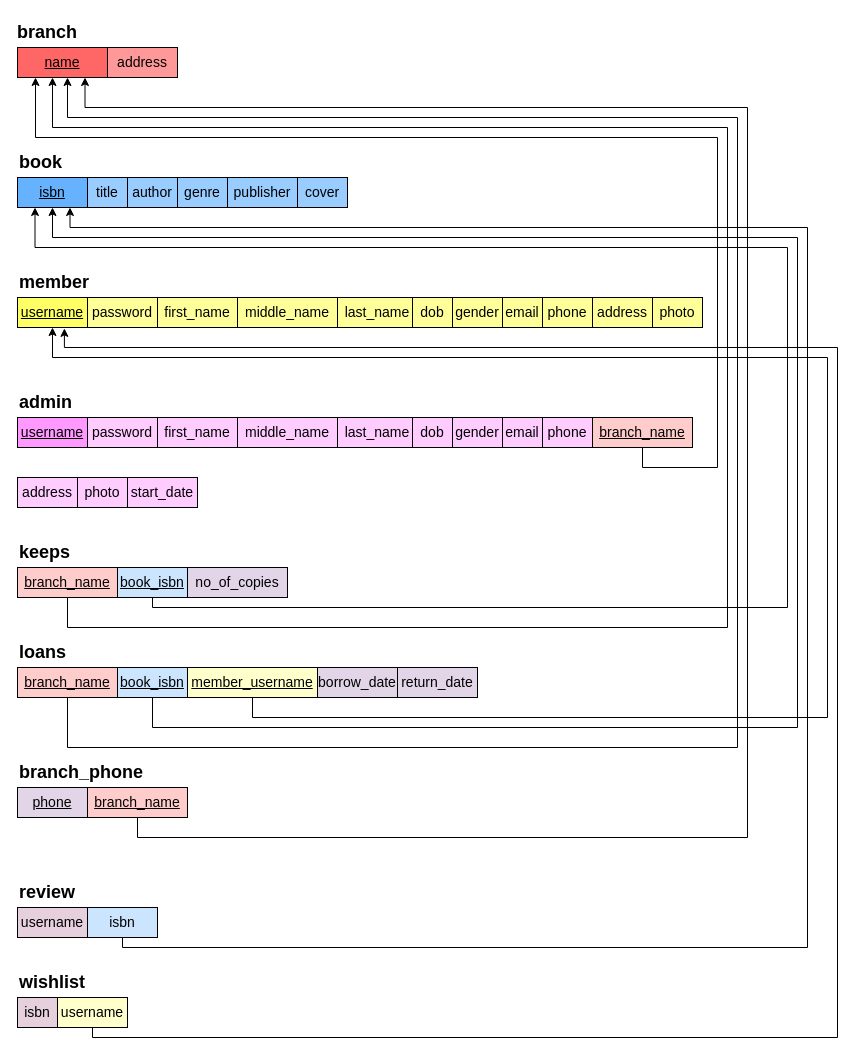
FahmidaNourin/NSU_Daatabase_Mysql keeps this draw.io diagram as Relational_table_Diagram.drawio. Above is the earlier version. Source tidied: cells renumbered, new cells numbered last; positions are measured from the earlier drawing's top-left corner, leaving out a move shared by most shapes. Both pictures are drawn from the tidied source at 100%, with x=0, y=0 at pixel (17, 17).
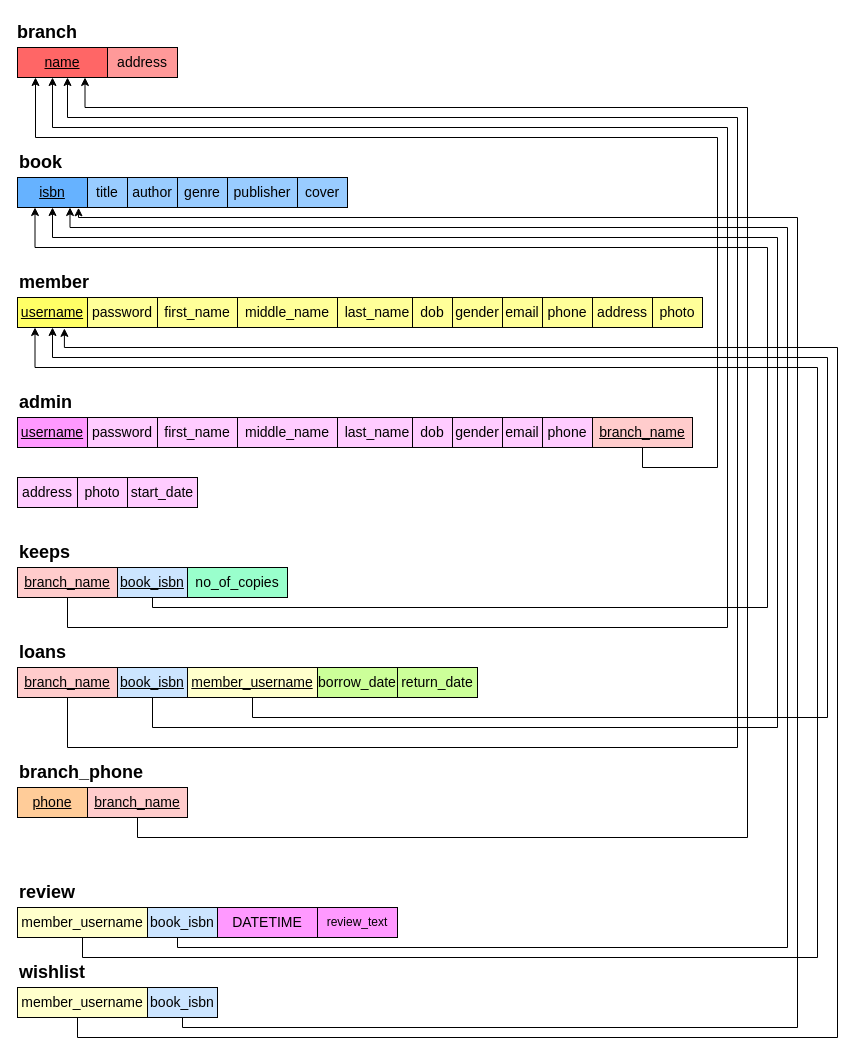
The same page after the edit.

Unchanged cells that the change refers to:
```xml
<mxCell id="5" value="&lt;u&gt;&lt;font style=&quot;font-size: 14px;&quot;&gt;isbn&lt;/font&gt;&lt;/u&gt;" style="rounded=0;whiteSpace=wrap;html=1;fillColor=#66B2FF;" parent="1" vertex="1">
  <mxGeometry y="160" width="70" height="30" as="geometry" />
</mxCell>
<mxCell id="8" value="&lt;u&gt;&lt;font style=&quot;font-size: 14px;&quot;&gt;username&lt;/font&gt;&lt;/u&gt;" style="rounded=0;whiteSpace=wrap;html=1;fillColor=#FFFF66;" parent="1" vertex="1">
  <mxGeometry y="280" width="70" height="30" as="geometry" />
</mxCell>
<mxCell id="13" value="&lt;u&gt;&lt;font style=&quot;font-size: 14px;&quot;&gt;book_isbn&lt;/font&gt;&lt;/u&gt;" style="rounded=0;whiteSpace=wrap;html=1;fillColor=#CCE5FF;" parent="1" vertex="1">
  <mxGeometry x="100" y="550" width="70" height="30" as="geometry" />
</mxCell>
<mxCell id="16" value="&lt;u&gt;&lt;font style=&quot;font-size: 14px;&quot;&gt;book_isbn&lt;/font&gt;&lt;/u&gt;" style="rounded=0;whiteSpace=wrap;html=1;fillColor=#CCE5FF;" parent="1" vertex="1">
  <mxGeometry x="100" y="650" width="70" height="30" as="geometry" />
</mxCell>
```

The edit, as a diff of the source:
```diff
@@
     <mxCell id="12" style="edgeStyle=orthogonalEdgeStyle;rounded=0;jettySize=auto;html=1;entryX=0.25;entryY=1;entryDx=0;entryDy=0;fontSize=14;" parent="1" edge="1" source="13" target="5">
       <mxGeometry relative="1" as="geometry">
         <Array as="points">
           <mxPoint x="135" y="590" />
-          <mxPoint x="770" y="590" />
-          <mxPoint x="770" y="230" />
+          <mxPoint x="750" y="590" />
+          <mxPoint x="750" y="230" />
           <mxPoint x="18" y="230" />
         </Array>
       </mxGeometry>
     </mxCell>
@@
     <mxCell id="15" style="edgeStyle=orthogonalEdgeStyle;rounded=0;jettySize=auto;html=1;entryX=0.5;entryY=1;entryDx=0;entryDy=0;fontSize=14;" parent="1" edge="1" source="16" target="5">
       <mxGeometry relative="1" as="geometry">
         <Array as="points">
           <mxPoint x="135" y="710" />
-          <mxPoint x="780" y="710" />
-          <mxPoint x="780" y="220" />
+          <mxPoint x="760" y="710" />
+          <mxPoint x="760" y="220" />
           <mxPoint x="35" y="220" />
         </Array>
       </mxGeometry>
     </mxCell>
@@
-    <mxCell id="18" value="&lt;u&gt;&lt;font style=&quot;font-size: 14px;&quot;&gt;phone&lt;/font&gt;&lt;/u&gt;" style="rounded=0;whiteSpace=wrap;html=1;fillColor=#E1D5E7;" parent="1" vertex="1">
+    <mxCell id="18" value="&lt;u&gt;&lt;font style=&quot;font-size: 14px;&quot;&gt;phone&lt;/font&gt;&lt;/u&gt;" style="rounded=0;whiteSpace=wrap;html=1;fillColor=#FFCC99;" parent="1" vertex="1">
       <mxGeometry y="770" width="70" height="30" as="geometry" />
     </mxCell>
@@
-    <mxCell id="22" value="&lt;font style=&quot;font-size: 14px;&quot;&gt;username&lt;/font&gt;" style="rounded=0;whiteSpace=wrap;html=1;fillColor=#E6D0DE;" parent="1" vertex="1">
-      <mxGeometry y="890" width="70" height="30" as="geometry" />
-    </mxCell>
     <mxCell id="23" style="edgeStyle=orthogonalEdgeStyle;rounded=0;jettySize=auto;html=1;fontSize=14;entryX=0.75;entryY=1;entryDx=0;entryDy=0;" parent="1" edge="1" source="24" target="5">
       <mxGeometry relative="1" as="geometry">
         <Array as="points">
-          <mxPoint x="105" y="930" />
-          <mxPoint x="790" y="930" />
-          <mxPoint x="790" y="210" />
+          <mxPoint x="160" y="930" />
+          <mxPoint x="770" y="930" />
+          <mxPoint x="770" y="210" />
           <mxPoint x="53" y="210" />
         </Array>
       </mxGeometry>
     </mxCell>
-    <mxCell id="24" value="&lt;font style=&quot;font-size: 14px;&quot;&gt;isbn&lt;/font&gt;" style="rounded=0;whiteSpace=wrap;html=1;fillColor=#CCE5FF;" parent="1" vertex="1">
-      <mxGeometry x="70" y="890" width="70" height="30" as="geometry" />
+    <mxCell id="24" value="&lt;font style=&quot;font-size: 14px;&quot;&gt;book_isbn&lt;/font&gt;" style="rounded=0;whiteSpace=wrap;html=1;fillColor=#CCE5FF;" parent="1" vertex="1">
+      <mxGeometry x="130" y="890" width="70" height="30" as="geometry" />
     </mxCell>
@@
-    <mxCell id="26" value="&lt;font style=&quot;font-size: 14px;&quot;&gt;isbn&lt;/font&gt;" style="rounded=0;whiteSpace=wrap;html=1;fillColor=#E6D0DE;" parent="1" vertex="1">
-      <mxGeometry y="980" width="40" height="30" as="geometry" />
-    </mxCell>
-    <mxCell id="27" style="edgeStyle=orthogonalEdgeStyle;rounded=0;jettySize=auto;html=1;entryX=0.67;entryY=1.029;entryDx=0;entryDy=0;entryPerimeter=0;fontSize=14;" parent="1" edge="1" source="28" target="8">
+    <mxCell id="27" style="edgeStyle=orthogonalEdgeStyle;rounded=0;jettySize=auto;html=1;entryX=0.67;entryY=1.029;entryDx=0;entryDy=0;entryPerimeter=0;fontSize=14;exitX=0.5;exitY=1;exitDx=0;exitDy=0;" parent="1" edge="1" source="28" target="8">
       <mxGeometry relative="1" as="geometry">
         <Array as="points">
-          <mxPoint x="75" y="1020" />
+          <mxPoint x="60" y="1000" />
+          <mxPoint x="60" y="1020" />
           <mxPoint x="820" y="1020" />
           <mxPoint x="820" y="330" />
           <mxPoint x="47" y="330" />
         </Array>
       </mxGeometry>
     </mxCell>
-    <mxCell id="28" value="&lt;font style=&quot;font-size: 14px;&quot;&gt;username&lt;/font&gt;" style="rounded=0;whiteSpace=wrap;html=1;fillColor=#FFFFCC;" parent="1" vertex="1">
-      <mxGeometry x="40" y="980" width="70" height="30" as="geometry" />
+    <mxCell id="28" value="&lt;font style=&quot;font-size: 14px;&quot;&gt;member_username&lt;/font&gt;" style="rounded=0;whiteSpace=wrap;html=1;fillColor=#FFFFCC;" parent="1" vertex="1">
+      <mxGeometry y="970" width="130" height="30" as="geometry" />
     </mxCell>
     <mxCell id="29" value="&lt;span style=&quot;font-size: 18px;&quot;&gt;&lt;b&gt;wishlist&lt;/b&gt;&lt;/span&gt;" style="text;html=1;strokeColor=none;fillColor=none;align=left;verticalAlign=middle;whiteSpace=wrap;rounded=0;" parent="1" vertex="1">
-      <mxGeometry y="950" width="60" height="30" as="geometry" />
+      <mxGeometry y="940" width="60" height="30" as="geometry" />
     </mxCell>
@@
-    <mxCell id="61" value="&lt;font style=&quot;font-size: 14px;&quot;&gt;no_of_copies&lt;/font&gt;" style="rounded=0;whiteSpace=wrap;html=1;fillColor=#E1D5E7;" parent="1" vertex="1">
+    <mxCell id="61" value="&lt;font style=&quot;font-size: 14px;&quot;&gt;no_of_copies&lt;/font&gt;" style="rounded=0;whiteSpace=wrap;html=1;fillColor=#99FFCC;" parent="1" vertex="1">
       <mxGeometry x="170" y="550" width="100" height="30" as="geometry" />
     </mxCell>
-    <mxCell id="62" value="&lt;font style=&quot;font-size: 14px;&quot;&gt;return_date&lt;/font&gt;" style="rounded=0;whiteSpace=wrap;html=1;fillColor=#E1D5E7;" parent="1" vertex="1">
+    <mxCell id="62" value="&lt;font style=&quot;font-size: 14px;&quot;&gt;return_date&lt;/font&gt;" style="rounded=0;whiteSpace=wrap;html=1;fillColor=#CCFF99;" parent="1" vertex="1">
       <mxGeometry x="380" y="650" width="80" height="30" as="geometry" />
     </mxCell>
-    <mxCell id="63" value="&lt;font style=&quot;font-size: 14px;&quot;&gt;borrow_date&lt;/font&gt;" style="rounded=0;whiteSpace=wrap;html=1;fillColor=#E1D5E7;" parent="1" vertex="1">
+    <mxCell id="63" value="&lt;font style=&quot;font-size: 14px;&quot;&gt;borrow_date&lt;/font&gt;" style="rounded=0;whiteSpace=wrap;html=1;fillColor=#CCFF99;" parent="1" vertex="1">
       <mxGeometry x="300" y="650" width="80" height="30" as="geometry" />
     </mxCell>
@@
+    <mxCell id="66" style="edgeStyle=orthogonalEdgeStyle;rounded=0;jettySize=auto;html=1;entryX=0.25;entryY=1;entryDx=0;entryDy=0;fontSize=14;" parent="1" edge="1" source="67" target="8">
+      <mxGeometry relative="1" as="geometry">
+        <Array as="points">
+          <mxPoint x="65" y="940" />
+          <mxPoint x="800" y="940" />
+          <mxPoint x="800" y="350" />
+          <mxPoint x="18" y="350" />
+        </Array>
+      </mxGeometry>
+    </mxCell>
+    <mxCell id="67" value="&lt;font style=&quot;font-size: 14px;&quot;&gt;member_username&lt;/font&gt;" style="rounded=0;whiteSpace=wrap;html=1;fillColor=#FFFFCC;" parent="1" vertex="1">
+      <mxGeometry y="890" width="130" height="30" as="geometry" />
+    </mxCell>
+    <mxCell id="68" style="edgeStyle=orthogonalEdgeStyle;rounded=0;jettySize=auto;html=1;entryX=0.872;entryY=1.011;entryDx=0;entryDy=0;entryPerimeter=0;fontSize=14;" parent="1" edge="1" source="69" target="5">
+      <mxGeometry relative="1" as="geometry">
+        <Array as="points">
+          <mxPoint x="165" y="1010" />
+          <mxPoint x="780" y="1010" />
+          <mxPoint x="780" y="200" />
+          <mxPoint x="61" y="200" />
+        </Array>
+      </mxGeometry>
+    </mxCell>
+    <mxCell id="69" value="&lt;font style=&quot;font-size: 14px;&quot;&gt;book_isbn&lt;/font&gt;" style="rounded=0;whiteSpace=wrap;html=1;fillColor=#CCE5FF;" parent="1" vertex="1">
+      <mxGeometry x="130" y="970" width="70" height="30" as="geometry" />
+    </mxCell>
+    <mxCell id="70" value="&lt;font style=&quot;font-size: 14px;&quot;&gt;DATETIME&lt;/font&gt;" style="rounded=0;whiteSpace=wrap;html=1;fillColor=#FF99FF;" parent="1" vertex="1">
+      <mxGeometry x="200" y="890" width="100" height="30" as="geometry" />
+    </mxCell>
+    <mxCell id="71" value="review_text" style="rounded=0;whiteSpace=wrap;html=1;fillColor=#FF99FF;" parent="1" vertex="1">
+      <mxGeometry x="300" y="890" width="80" height="30" as="geometry" />
+    </mxCell>
```
